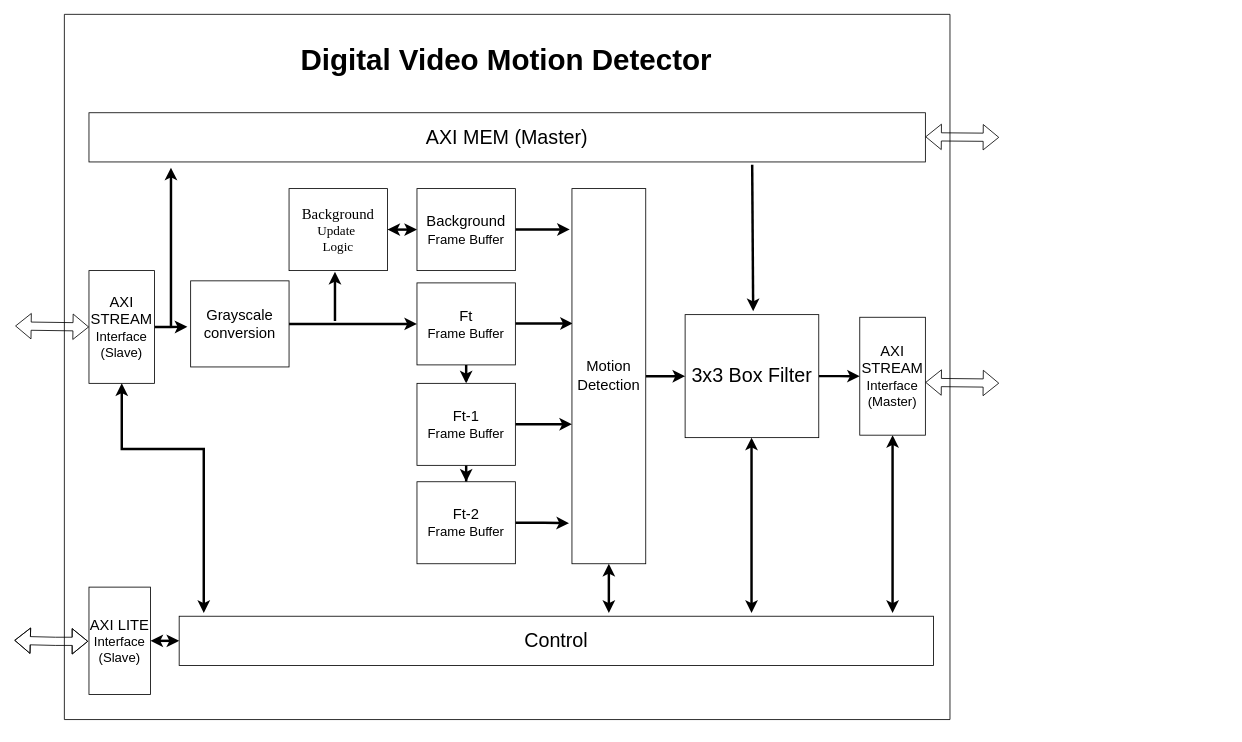
sabarioded/Hardware_for_Digital_Video_Motion_Detector keeps this draw.io diagram as drawings/Block_Diagram_v2.drawio. Above is the earlier version. Source tidied: cells renumbered, new cells numbered last; positions are measured from the earlier drawing's top-left corner, leaving out a move shared by most shapes. Both pictures are drawn from the tidied source at 82%, with x=0, y=0 at pixel (14, 14).
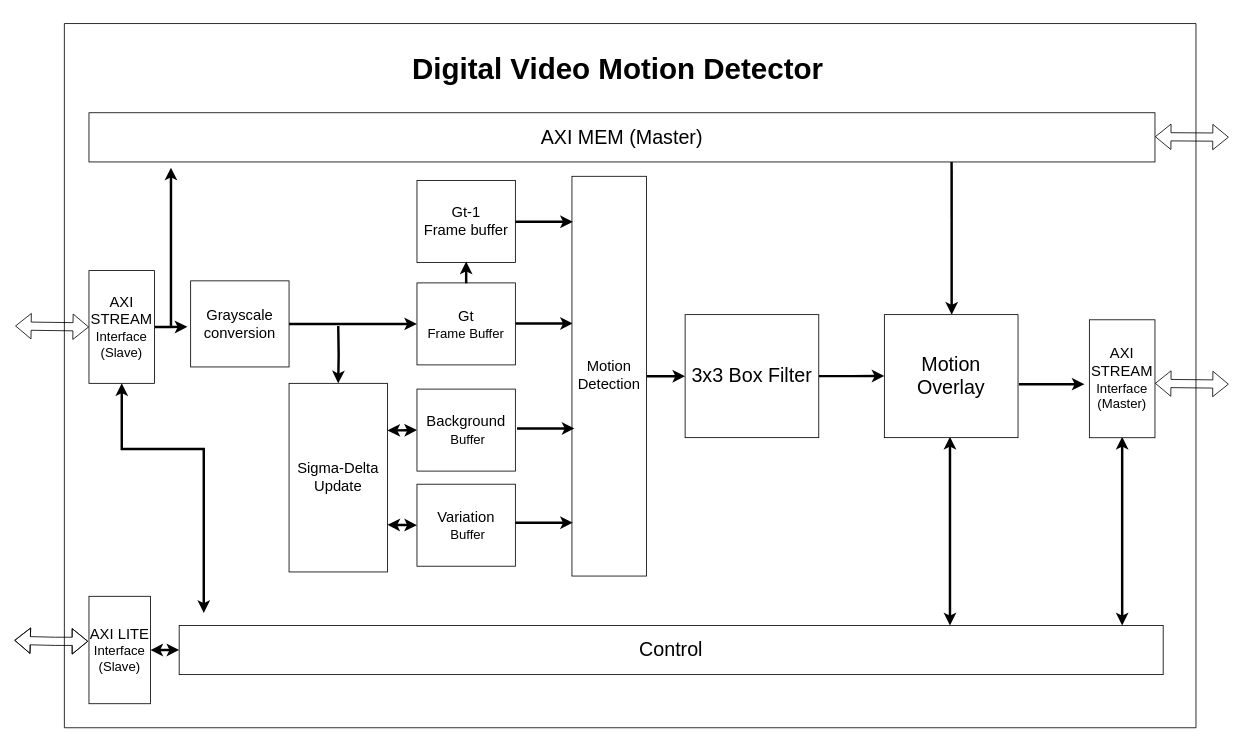
The same page after the edit.

Unchanged cells that the change refers to:
```xml
<mxCell id="24" value="&lt;font style=&quot;font-size: 24px;&quot;&gt;3x3 Box Filter&lt;/font&gt;" style="rounded=0;whiteSpace=wrap;html=1;" parent="1" vertex="1">
  <mxGeometry x="818" y="366.2" width="163" height="150" as="geometry" />
</mxCell>
```

What changed in the source:
```diff
@@
-    <mxCell id="6" style="edgeStyle=orthogonalEdgeStyle;rounded=0;jettySize=auto;html=1;strokeWidth=3;" parent="1" edge="1" source="8" target="11">
-      <mxGeometry relative="1" as="geometry" />
-    </mxCell>
@@
-    <mxCell id="8" value="&lt;font style=&quot;font-size: 18px;&quot;&gt;Ft&lt;/font&gt;&lt;div&gt;&lt;font size=&quot;3&quot;&gt;Frame Buffer&lt;/font&gt;&lt;/div&gt;" style="rounded=0;whiteSpace=wrap;html=1;" parent="1" vertex="1">
+    <mxCell id="8" value="&lt;font style=&quot;font-size: 18px;&quot;&gt;Gt&lt;/font&gt;&lt;div&gt;&lt;font size=&quot;3&quot;&gt;Frame Buffer&lt;/font&gt;&lt;/div&gt;" style="rounded=0;whiteSpace=wrap;html=1;" parent="1" vertex="1">
       <mxGeometry x="491" y="327.5" width="120" height="100" as="geometry" />
     </mxCell>
-    <mxCell id="9" style="edgeStyle=orthogonalEdgeStyle;rounded=0;jettySize=auto;html=1;strokeWidth=3;" parent="1" edge="1" source="11" target="13">
-      <mxGeometry relative="1" as="geometry" />
-    </mxCell>
-    <mxCell id="10" style="edgeStyle=orthogonalEdgeStyle;rounded=0;jettySize=auto;html=1;entryX=0;entryY=0.628;entryDx=0;entryDy=0;entryPerimeter=0;strokeWidth=3;" parent="1" edge="1" source="11" target="19">
-      <mxGeometry relative="1" as="geometry" />
-    </mxCell>
-    <mxCell id="11" value="&lt;font style=&quot;font-size: 18px;&quot;&gt;Ft-1&lt;/font&gt;&lt;div&gt;&lt;font size=&quot;3&quot;&gt;Frame Buffer&lt;/font&gt;&lt;/div&gt;" style="rounded=0;whiteSpace=wrap;html=1;" parent="1" vertex="1">
-      <mxGeometry x="491" y="450" width="120" height="100" as="geometry" />
+    <mxCell id="11" value="&lt;span style=&quot;font-size: 18px;&quot;&gt;Background&lt;/span&gt;&lt;br&gt;&lt;div&gt;&lt;font size=&quot;3&quot;&gt;&amp;nbsp;Buffer&lt;/font&gt;&lt;/div&gt;" style="rounded=0;whiteSpace=wrap;html=1;" parent="1" vertex="1">
+      <mxGeometry x="491" y="457" width="120" height="100" as="geometry" />
     </mxCell>
-    <mxCell id="12" style="edgeStyle=orthogonalEdgeStyle;rounded=0;jettySize=auto;html=1;entryX=-0.04;entryY=0.892;entryDx=0;entryDy=0;entryPerimeter=0;strokeWidth=3;" parent="1" edge="1" source="13" target="19">
-      <mxGeometry relative="1" as="geometry" />
-    </mxCell>
-    <mxCell id="13" value="&lt;font style=&quot;font-size: 18px;&quot;&gt;Ft-2&lt;/font&gt;&lt;div&gt;&lt;font size=&quot;3&quot;&gt;Frame Buffer&lt;/font&gt;&lt;/div&gt;" style="rounded=0;whiteSpace=wrap;html=1;" parent="1" vertex="1">
-      <mxGeometry x="491" y="570" width="120" height="100" as="geometry" />
+    <mxCell id="13" value="&lt;span style=&quot;background-color: transparent; color: light-dark(rgb(0, 0, 0), rgb(255, 255, 255)); font-size: 18px;&quot;&gt;Variation&lt;/span&gt;&lt;div&gt;&lt;span style=&quot;font-size: medium; background-color: transparent; color: light-dark(rgb(0, 0, 0), rgb(255, 255, 255));&quot;&gt;&amp;nbsp;Buffer&lt;/span&gt;&lt;/div&gt;" style="rounded=0;whiteSpace=wrap;html=1;" parent="1" vertex="1">
+      <mxGeometry x="491" y="573" width="120" height="100" as="geometry" />
     </mxCell>
     <mxCell id="14" value="&lt;font style=&quot;font-size: 24px;&quot;&gt;AXI MEM (Master)&lt;/font&gt;" style="whiteSpace=wrap;html=1;" parent="1" vertex="1">
-      <mxGeometry x="91" y="120" width="1020" height="60" as="geometry" />
+      <mxGeometry x="91" y="120" width="1300" height="60" as="geometry" />
     </mxCell>
-    <mxCell id="15" style="edgeStyle=orthogonalEdgeStyle;rounded=0;jettySize=auto;html=1;entryX=-0.03;entryY=0.109;entryDx=0;entryDy=0;entryPerimeter=0;strokeWidth=3;" parent="1" edge="1" source="16" target="19">
-      <mxGeometry relative="1" as="geometry" />
-    </mxCell>
-    <mxCell id="16" value="&lt;font style=&quot;font-size: 18px;&quot;&gt;Background&lt;br&gt;&lt;/font&gt;&lt;div&gt;&lt;font size=&quot;3&quot;&gt;Frame Buffer&lt;/font&gt;&lt;/div&gt;" style="rounded=0;whiteSpace=wrap;html=1;" parent="1" vertex="1">
-      <mxGeometry x="491" y="212.5" width="120" height="100" as="geometry" />
+    <mxCell id="16" value="&lt;span style=&quot;font-size: 18px;&quot;&gt;Gt-1&lt;/span&gt;&lt;div&gt;&lt;span style=&quot;font-size: 18px;&quot;&gt;Frame buffer&lt;/span&gt;&lt;/div&gt;" style="rounded=0;whiteSpace=wrap;html=1;" parent="1" vertex="1">
+      <mxGeometry x="491" y="202.5" width="120" height="100" as="geometry" />
     </mxCell>
-    <mxCell id="17" value="&lt;font face=&quot;Times New Roman&quot; style=&quot;font-size: 18px;&quot;&gt;Background&lt;/font&gt;&lt;div&gt;&lt;font face=&quot;Times New Roman&quot; size=&quot;3&quot;&gt;Update&amp;nbsp;&lt;/font&gt;&lt;/div&gt;&lt;div&gt;&lt;font face=&quot;Times New Roman&quot; size=&quot;3&quot;&gt;Logic&lt;/font&gt;&lt;/div&gt;" style="rounded=0;whiteSpace=wrap;html=1;" parent="1" vertex="1">
-      <mxGeometry x="335" y="212.5" width="120" height="100" as="geometry" />
-    </mxCell>
@@
     <mxCell id="19" value="&lt;font style=&quot;font-size: 18px;&quot;&gt;Motion Detection&lt;/font&gt;" style="whiteSpace=wrap;html=1;" parent="1" vertex="1">
-      <mxGeometry x="680" y="212.5" width="90" height="457.5" as="geometry" />
+      <mxGeometry x="680" y="197.5" width="91" height="487.5" as="geometry" />
     </mxCell>
-    <mxCell id="20" style="endArrow=classic;html=1;rounded=0;strokeWidth=3;" parent="1" edge="1">
-      <mxGeometry relative="1" as="geometry">
-        <mxPoint x="391" y="374" as="sourcePoint" />
-        <mxPoint x="391" y="314" as="targetPoint" />
-      </mxGeometry>
-    </mxCell>
-    <mxCell id="21" style="endArrow=classic;startArrow=classic;html=1;rounded=0;exitX=1;exitY=0.5;exitDx=0;exitDy=0;entryX=0;entryY=0.5;entryDx=0;entryDy=0;strokeWidth=3;" parent="1" edge="1" source="17" target="16">
-      <mxGeometry relative="1" as="geometry" />
-    </mxCell>
@@
-    <mxCell id="23" style="edgeStyle=orthogonalEdgeStyle;rounded=0;jettySize=auto;html=1;strokeWidth=3;" parent="1" edge="1" source="24" target="32">
-      <mxGeometry relative="1" as="geometry" />
+    <mxCell id="23" style="edgeStyle=orthogonalEdgeStyle;rounded=0;jettySize=auto;html=1;strokeWidth=3;" parent="1" edge="1" source="24">
+      <mxGeometry relative="1" as="geometry">
+        <mxPoint x="1061" y="441" as="targetPoint" />
+      </mxGeometry>
     </mxCell>
@@
-    <mxCell id="25" style="endArrow=classic;html=1;rounded=0;exitX=0.647;exitY=1.024;exitDx=0;exitDy=0;exitPerimeter=0;strokeWidth=3;" parent="1" edge="1">
+    <mxCell id="25" style="endArrow=classic;html=1;rounded=0;strokeWidth=3;" parent="1" edge="1">
       <mxGeometry relative="1" as="geometry">
-        <mxPoint x="899.8" y="183.4" as="sourcePoint" />
-        <mxPoint x="901" y="362" as="targetPoint" />
+        <mxPoint x="1143" y="180" as="sourcePoint" />
+        <mxPoint x="1143.1" y="366.2" as="targetPoint" />
       </mxGeometry>
     </mxCell>
@@
-    <mxCell id="27" style="endArrow=classic;startArrow=classic;html=1;rounded=0;entryX=0.5;entryY=1;entryDx=0;entryDy=0;strokeWidth=3;" parent="1" edge="1" target="32">
-      <mxGeometry relative="1" as="geometry">
-        <mxPoint x="1071" y="730" as="sourcePoint" />
-      </mxGeometry>
-    </mxCell>
-    <mxCell id="28" style="endArrow=classic;startArrow=classic;html=1;rounded=0;entryX=0.5;entryY=1;entryDx=0;entryDy=0;strokeWidth=3;" parent="1" edge="1">
-      <mxGeometry relative="1" as="geometry">
-        <mxPoint x="899" y="730" as="sourcePoint" />
-        <mxPoint x="899" y="516.2" as="targetPoint" />
-      </mxGeometry>
-    </mxCell>
-    <mxCell id="29" style="endArrow=classic;startArrow=classic;html=1;rounded=0;entryX=0.5;entryY=1;entryDx=0;entryDy=0;strokeWidth=3;" parent="1" edge="1" target="19">
-      <mxGeometry relative="1" as="geometry">
-        <mxPoint x="725" y="730" as="sourcePoint" />
-      </mxGeometry>
-    </mxCell>
     <mxCell id="30" style="swimlane;startSize=0;" parent="1" vertex="1">
-      <mxGeometry x="61" width="1080" height="860" as="geometry" />
+      <mxGeometry x="61" y="11.2" width="1380" height="858.8" as="geometry" />
     </mxCell>
     <mxCell id="31" value="&lt;font style=&quot;font-size: 36px;&quot;&gt;&lt;b&gt;Digital Video Motion Detector&lt;/b&gt;&lt;/font&gt;" style="text;html=1;align=center;verticalAlign=middle;whiteSpace=wrap;rounded=0;" parent="30" vertex="1">
-      <mxGeometry x="274" y="40" width="530" height="30" as="geometry" />
+      <mxGeometry x="410" y="40" width="530" height="30" as="geometry" />
     </mxCell>
-    <mxCell id="32" value="&lt;font style=&quot;font-size: 18px;&quot;&gt;AXI STREAM&lt;/font&gt;&lt;div&gt;&lt;font size=&quot;3&quot;&gt;Interface&lt;/font&gt;&lt;/div&gt;&lt;div&gt;&lt;font size=&quot;3&quot;&gt;(Master)&lt;/font&gt;&lt;/div&gt;" style="rounded=0;whiteSpace=wrap;html=1;" parent="30" vertex="1">
-      <mxGeometry x="970" y="369.4" width="80" height="143.8" as="geometry" />
-    </mxCell>
@@
     <mxCell id="34" value="&lt;font style=&quot;font-size: 24px;&quot;&gt;Control&lt;/font&gt;" style="rounded=0;whiteSpace=wrap;html=1;" parent="30" vertex="1">
-      <mxGeometry x="140" y="734" width="920" height="60" as="geometry" />
+      <mxGeometry x="140" y="734" width="1200" height="60" as="geometry" />
     </mxCell>
@@
+    <mxCell id="40" style="endArrow=classic;startArrow=classic;html=1;rounded=0;strokeWidth=3;" parent="30" edge="1">
+      <mxGeometry relative="1" as="geometry">
+        <mxPoint x="1290" y="504" as="sourcePoint" />
+        <mxPoint x="1290" y="734" as="targetPoint" />
+      </mxGeometry>
+    </mxCell>
+    <mxCell id="41" style="endArrow=classic;startArrow=classic;html=1;rounded=0;strokeWidth=3;" parent="30" edge="1">
+      <mxGeometry relative="1" as="geometry">
+        <mxPoint x="1080" y="504" as="sourcePoint" />
+        <mxPoint x="1080" y="734" as="targetPoint" />
+      </mxGeometry>
+    </mxCell>
@@
     <mxCell id="38" style="shape=flexArrow;endArrow=classic;startArrow=classic;html=1;rounded=0;entryX=0;entryY=0.5;entryDx=0;entryDy=0;" parent="1" edge="1">
       <mxGeometry relative="1" as="geometry">
-        <mxPoint x="1111" y="448.8" as="sourcePoint" />
-        <mxPoint x="1201" y="449.8" as="targetPoint" />
+        <mxPoint x="1391" y="450" as="sourcePoint" />
+        <mxPoint x="1481" y="451" as="targetPoint" />
       </mxGeometry>
     </mxCell>
     <mxCell id="39" style="shape=flexArrow;endArrow=classic;startArrow=classic;html=1;rounded=0;" parent="1" edge="1">
       <mxGeometry relative="1" as="geometry">
-        <mxPoint x="1111" y="149.3" as="sourcePoint" />
-        <mxPoint x="1201" y="150" as="targetPoint" />
+        <mxPoint x="1391" y="149.2" as="sourcePoint" />
+        <mxPoint x="1481" y="149.8" as="targetPoint" />
       </mxGeometry>
     </mxCell>
+    <mxCell id="42" style="edgeStyle=orthogonalEdgeStyle;rounded=0;orthogonalLoop=1;jettySize=auto;html=1;strokeWidth=3;entryX=0.5;entryY=1;entryDx=0;entryDy=0;" parent="1" edge="1">
+      <mxGeometry relative="1" as="geometry">
+        <mxPoint x="551" y="328" as="sourcePoint" />
+        <mxPoint x="551" y="301.5" as="targetPoint" />
+      </mxGeometry>
+    </mxCell>
+    <mxCell id="43" style="edgeStyle=orthogonalEdgeStyle;rounded=0;orthogonalLoop=1;jettySize=auto;html=1;strokeWidth=3;" parent="1" edge="1">
+      <mxGeometry relative="1" as="geometry">
+        <mxPoint x="611" y="253" as="sourcePoint" />
+        <mxPoint x="681" y="253" as="targetPoint" />
+      </mxGeometry>
+    </mxCell>
+    <mxCell id="44" value="&lt;span style=&quot;font-size: 18px;&quot;&gt;Sigma-Delta&lt;/span&gt;&lt;div&gt;&lt;span style=&quot;font-size: 18px;&quot;&gt;Update&lt;/span&gt;&lt;/div&gt;" style="rounded=0;whiteSpace=wrap;html=1;" parent="1" vertex="1">
+      <mxGeometry x="335" y="450" width="120" height="230" as="geometry" />
+    </mxCell>
+    <mxCell id="45" style="endArrow=classic;startArrow=classic;html=1;rounded=0;exitX=1;exitY=0.75;exitDx=0;exitDy=0;entryX=0;entryY=0.5;entryDx=0;entryDy=0;strokeWidth=3;" parent="1" edge="1" source="44" target="13">
+      <mxGeometry relative="1" as="geometry" />
+    </mxCell>
+    <mxCell id="46" style="endArrow=classic;startArrow=classic;html=1;rounded=0;exitX=1;exitY=0.25;exitDx=0;exitDy=0;entryX=0;entryY=0.5;entryDx=0;entryDy=0;strokeWidth=3;" parent="1" edge="1" source="44" target="11">
+      <mxGeometry relative="1" as="geometry" />
+    </mxCell>
+    <mxCell id="47" style="edgeStyle=orthogonalEdgeStyle;rounded=0;jettySize=auto;html=1;strokeWidth=3;entryX=0.5;entryY=0;entryDx=0;entryDy=0;" parent="1" edge="1" target="44">
+      <mxGeometry relative="1" as="geometry">
+        <mxPoint x="395" y="380" as="sourcePoint" />
+      </mxGeometry>
+    </mxCell>
+    <mxCell id="48" style="edgeStyle=orthogonalEdgeStyle;rounded=0;orthogonalLoop=1;jettySize=auto;html=1;strokeWidth=3;" parent="1" edge="1">
+      <mxGeometry relative="1" as="geometry">
+        <mxPoint x="613" y="505" as="sourcePoint" />
+        <mxPoint x="683" y="505" as="targetPoint" />
+      </mxGeometry>
+    </mxCell>
+    <mxCell id="49" style="edgeStyle=orthogonalEdgeStyle;rounded=0;orthogonalLoop=1;jettySize=auto;html=1;strokeWidth=3;" parent="1" edge="1">
+      <mxGeometry relative="1" as="geometry">
+        <mxPoint x="611" y="620" as="sourcePoint" />
+        <mxPoint x="681" y="620" as="targetPoint" />
+      </mxGeometry>
+    </mxCell>
+    <mxCell id="50" value="&lt;font style=&quot;font-size: 24px;&quot;&gt;Motion Overlay&lt;/font&gt;" style="rounded=0;whiteSpace=wrap;html=1;" parent="1" vertex="1">
+      <mxGeometry x="1061" y="366.2" width="163" height="150" as="geometry" />
+    </mxCell>
+    <mxCell id="32" value="&lt;font style=&quot;font-size: 18px;&quot;&gt;AXI STREAM&lt;/font&gt;&lt;div&gt;&lt;font size=&quot;3&quot;&gt;Interface&lt;/font&gt;&lt;/div&gt;&lt;div&gt;&lt;font size=&quot;3&quot;&gt;(Master)&lt;/font&gt;&lt;/div&gt;" style="rounded=0;whiteSpace=wrap;html=1;" parent="1" vertex="1">
+      <mxGeometry x="1311" y="372.5" width="80" height="143.8" as="geometry" />
+    </mxCell>
+    <mxCell id="51" style="edgeStyle=orthogonalEdgeStyle;rounded=0;orthogonalLoop=1;jettySize=auto;html=1;strokeWidth=3;" parent="1" edge="1">
+      <mxGeometry relative="1" as="geometry">
+        <mxPoint x="1225" y="451" as="sourcePoint" />
+        <mxPoint x="1305" y="451" as="targetPoint" />
+      </mxGeometry>
+    </mxCell>
```
